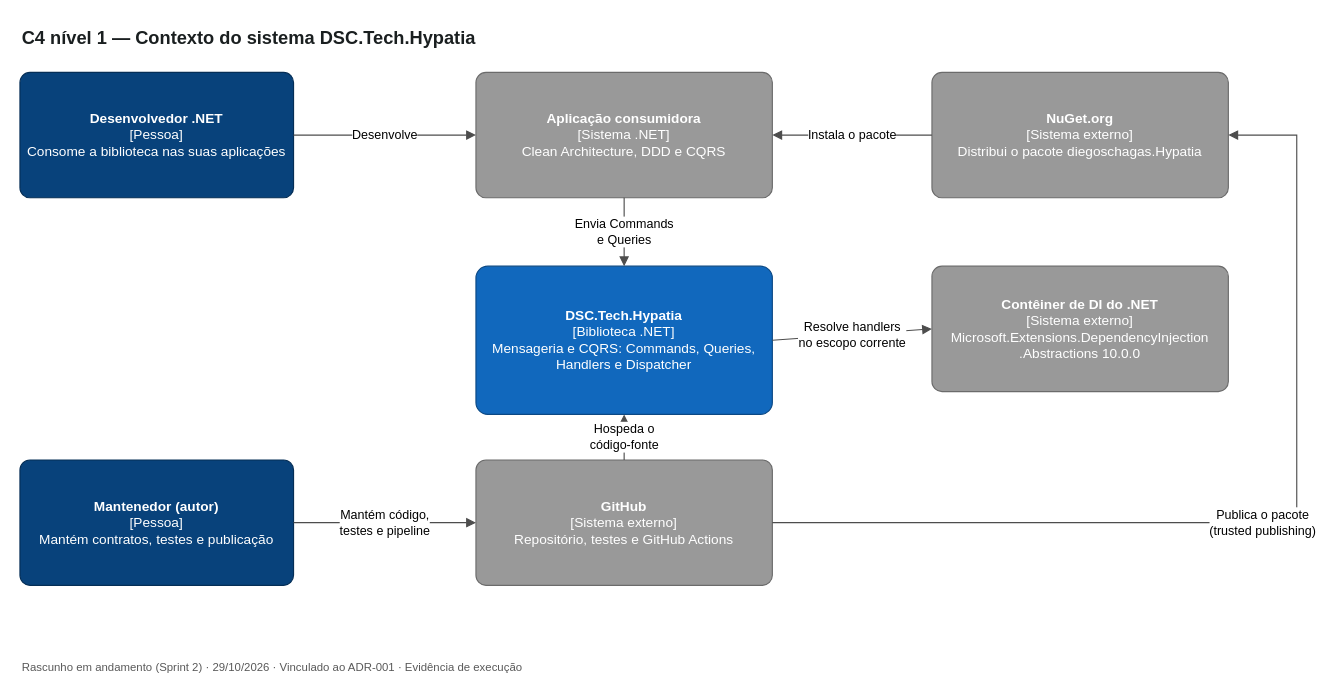
Above: page "2 · C4 nível 1 · Contexto" (2 of 6) of docs/diagramas/hypatia-mapa-do-projeto.drawio in diegoschagas/DSC.Tech.Hypatia (draw.io), before the change. Source tidied: cells renumbered, new cells numbered last; positions are measured from the earlier drawing's top-left corner, leaving out a move shared by most shapes. Both pictures are drawn from the tidied source at 114%, with x=0, y=0 at pixel (19, 19).
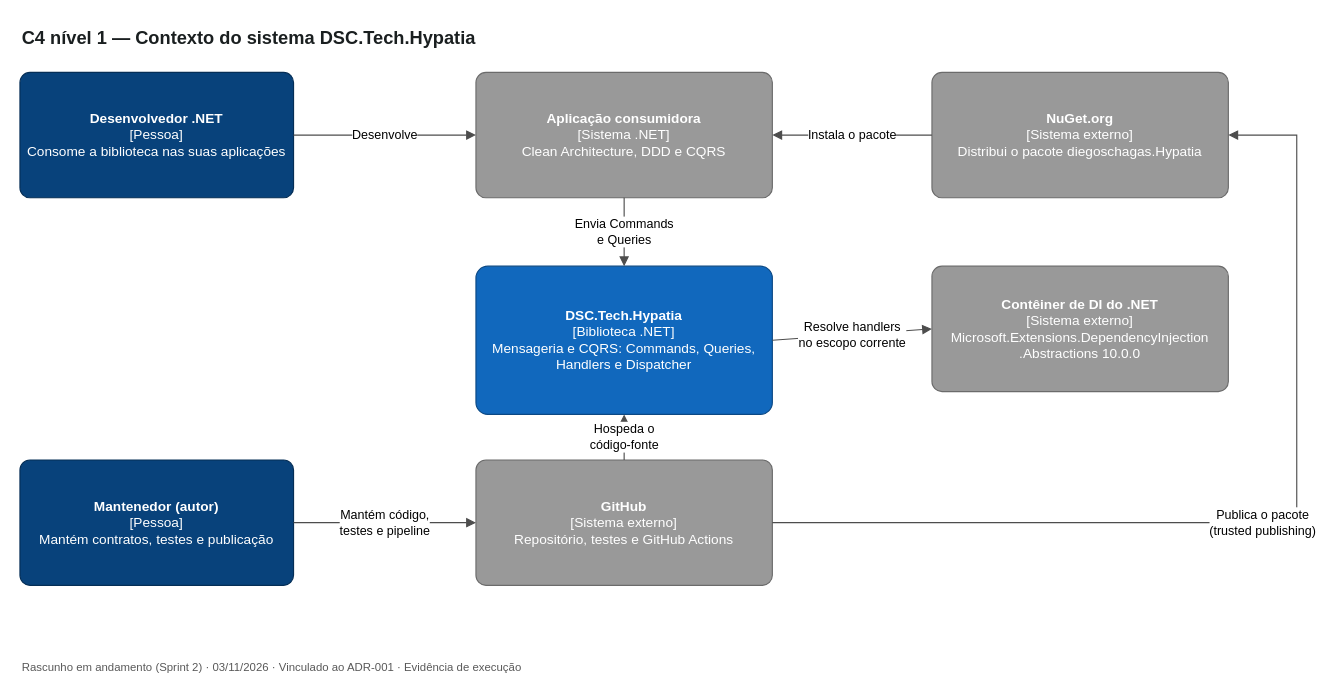
After the change.

The edit, as a diff of the source:
```diff
@@
 <mxGraphModel>
   <root>
     <mxCell id="0" />
     <mxCell id="1" parent="0" />
     <mxCell id="2" value="&lt;b&gt;C4 nível 1 — Contexto do sistema DSC.Tech.Hypatia&lt;/b&gt;" style="text;html=1;whiteSpace=wrap;strokeColor=none;fillColor=none;align=left;verticalAlign=top;fontSize=16;fontColor=#1a1f20;" parent="1" vertex="1">
       <mxGeometry width="1100" height="24" as="geometry" />
     </mxCell>
     <mxCell id="3" value="&lt;b&gt;Desenvolvedor .NET&lt;/b&gt;&lt;br&gt;[Pessoa]&lt;br&gt;Consome a biblioteca nas suas aplicações" style="rounded=1;arcSize=8;whiteSpace=wrap;html=1;fillColor=#08427b;strokeColor=#052e56;fontColor=#ffffff;fontSize=12;align=center;verticalAlign=middle;" parent="1" vertex="1">
       <mxGeometry y="46" width="240" height="110" as="geometry" />
     </mxCell>
     <mxCell id="4" value="&lt;b&gt;Aplicação consumidora&lt;/b&gt;&lt;br&gt;[Sistema .NET]&lt;br&gt;Clean Architecture, DDD e CQRS" style="rounded=1;arcSize=8;whiteSpace=wrap;html=1;fillColor=#999999;strokeColor=#6b6b6b;fontColor=#ffffff;fontSize=12;align=center;verticalAlign=middle;" parent="1" vertex="1">
       <mxGeometry x="400" y="46" width="260" height="110" as="geometry" />
     </mxCell>
     <mxCell id="5" value="&lt;b&gt;NuGet.org&lt;/b&gt;&lt;br&gt;[Sistema externo]&lt;br&gt;Distribui o pacote diegoschagas.Hypatia" style="rounded=1;arcSize=8;whiteSpace=wrap;html=1;fillColor=#999999;strokeColor=#6b6b6b;fontColor=#ffffff;fontSize=12;align=center;verticalAlign=middle;" parent="1" vertex="1">
       <mxGeometry x="800" y="46" width="260" height="110" as="geometry" />
     </mxCell>
     <mxCell id="6" value="&lt;b&gt;DSC.Tech.Hypatia&lt;/b&gt;&lt;br&gt;[Biblioteca .NET]&lt;br&gt;Mensageria e CQRS: Commands, Queries,&lt;br&gt;Handlers e Dispatcher" style="rounded=1;arcSize=8;whiteSpace=wrap;html=1;fillColor=#1168bd;strokeColor=#0b4884;fontColor=#ffffff;fontSize=12;align=center;verticalAlign=middle;" parent="1" vertex="1">
       <mxGeometry x="400" y="216" width="260" height="130" as="geometry" />
     </mxCell>
     <mxCell id="7" value="&lt;b&gt;Contêiner de DI do .NET&lt;/b&gt;&lt;br&gt;[Sistema externo]&lt;br&gt;Microsoft.Extensions.DependencyInjection&lt;br&gt;.Abstractions 10.0.0" style="rounded=1;arcSize=8;whiteSpace=wrap;html=1;fillColor=#999999;strokeColor=#6b6b6b;fontColor=#ffffff;fontSize=12;align=center;verticalAlign=middle;" parent="1" vertex="1">
       <mxGeometry x="800" y="216" width="260" height="110" as="geometry" />
     </mxCell>
     <mxCell id="8" value="&lt;b&gt;Mantenedor (autor)&lt;/b&gt;&lt;br&gt;[Pessoa]&lt;br&gt;Mantém contratos, testes e publicação" style="rounded=1;arcSize=8;whiteSpace=wrap;html=1;fillColor=#08427b;strokeColor=#052e56;fontColor=#ffffff;fontSize=12;align=center;verticalAlign=middle;" parent="1" vertex="1">
       <mxGeometry y="386" width="240" height="110" as="geometry" />
     </mxCell>
     <mxCell id="9" value="&lt;b&gt;GitHub&lt;/b&gt;&lt;br&gt;[Sistema externo]&lt;br&gt;Repositório, testes e GitHub Actions" style="rounded=1;arcSize=8;whiteSpace=wrap;html=1;fillColor=#999999;strokeColor=#6b6b6b;fontColor=#ffffff;fontSize=12;align=center;verticalAlign=middle;" parent="1" vertex="1">
       <mxGeometry x="400" y="386" width="260" height="110" as="geometry" />
     </mxCell>
     <mxCell id="10" value="Desenvolve" style="endArrow=block;endFill=1;html=1;rounded=0;strokeColor=#4d4d4d;fontSize=11;labelBackgroundColor=#ffffff;exitX=1.0000;exitY=0.5000;exitDx=0;exitDy=0;entryX=0.0000;entryY=0.5000;entryDx=0;entryDy=0;" parent="1" edge="1" source="3" target="4">
       <mxGeometry relative="1" as="geometry" />
     </mxCell>
     <mxCell id="11" value="Envia Commands&lt;br&gt;e Queries" style="endArrow=block;endFill=1;html=1;rounded=0;strokeColor=#4d4d4d;fontSize=11;labelBackgroundColor=#ffffff;exitX=0.5000;exitY=1.0000;exitDx=0;exitDy=0;entryX=0.5000;entryY=0.0000;entryDx=0;entryDy=0;" parent="1" edge="1" source="4" target="6">
       <mxGeometry relative="1" as="geometry" />
     </mxCell>
     <mxCell id="12" value="Resolve handlers&lt;br&gt;no escopo corrente" style="endArrow=block;endFill=1;html=1;rounded=0;strokeColor=#4d4d4d;fontSize=11;labelBackgroundColor=#ffffff;exitX=1.0000;exitY=0.5000;exitDx=0;exitDy=0;entryX=0.0000;entryY=0.5000;entryDx=0;entryDy=0;" parent="1" edge="1" source="6" target="7">
       <mxGeometry relative="1" as="geometry" />
     </mxCell>
     <mxCell id="13" value="Instala o pacote" style="endArrow=block;endFill=1;html=1;rounded=0;strokeColor=#4d4d4d;fontSize=11;labelBackgroundColor=#ffffff;exitX=0.0000;exitY=0.5000;exitDx=0;exitDy=0;entryX=1.0000;entryY=0.5000;entryDx=0;entryDy=0;" parent="1" edge="1" source="5" target="4">
       <mxGeometry relative="1" as="geometry" />
     </mxCell>
     <mxCell id="14" value="Mantém código,&lt;br&gt;testes e pipeline" style="endArrow=block;endFill=1;html=1;rounded=0;strokeColor=#4d4d4d;fontSize=11;labelBackgroundColor=#ffffff;exitX=1.0000;exitY=0.5000;exitDx=0;exitDy=0;entryX=0.0000;entryY=0.5000;entryDx=0;entryDy=0;" parent="1" edge="1" source="8" target="9">
       <mxGeometry relative="1" as="geometry" />
     </mxCell>
     <mxCell id="15" value="Hospeda o&lt;br&gt;código-fonte" style="endArrow=block;endFill=1;html=1;rounded=0;strokeColor=#4d4d4d;fontSize=11;labelBackgroundColor=#ffffff;exitX=0.5000;exitY=0.0000;exitDx=0;exitDy=0;entryX=0.5000;entryY=1.0000;entryDx=0;entryDy=0;" parent="1" edge="1" source="9" target="6">
       <mxGeometry relative="1" as="geometry" />
     </mxCell>
     <mxCell id="16" value="Publica o pacote&lt;br&gt;(trusted publishing)" style="endArrow=block;endFill=1;html=1;rounded=0;strokeColor=#4d4d4d;fontSize=11;labelBackgroundColor=#ffffff;exitX=1.0000;exitY=0.5000;exitDx=0;exitDy=0;entryX=1.0000;entryY=0.5000;entryDx=0;entryDy=0;" parent="1" edge="1" source="9" target="5">
       <mxGeometry relative="1" as="geometry">
         <Array as="points">
           <mxPoint x="1120" y="441" />
           <mxPoint x="1120" y="101" />
         </Array>
       </mxGeometry>
     </mxCell>
-    <mxCell id="17" value="Rascunho em andamento (Sprint 2) · 29/10/2026 · Vinculado ao ADR-001 · Evidência de execução" style="text;html=1;whiteSpace=wrap;strokeColor=none;fillColor=none;align=left;verticalAlign=top;fontSize=10;fontColor=#595959;" parent="1" vertex="1">
+    <mxCell id="17" value="Rascunho em andamento (Sprint 2) · 03/11/2026 · Vinculado ao ADR-001 · Evidência de execução" style="text;html=1;whiteSpace=wrap;strokeColor=none;fillColor=none;align=left;verticalAlign=top;fontSize=10;fontColor=#595959;" parent="1" vertex="1">
       <mxGeometry y="556" width="1100" height="16" as="geometry" />
     </mxCell>
   </root>
 </mxGraphModel>
```
